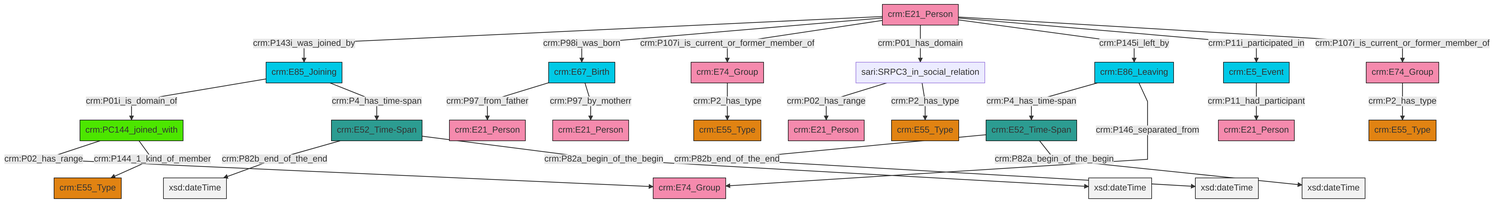
This is et/personCSV/ttl/mmd/png/Person_Actor_Relations.png from swiss-art-research-net/reference-data-models, a Mermaid export, as it was before one commit. Its source is kept beside it as et/personCSV/ttl/mmd/Person_Actor_Relations.ttl.mmd.
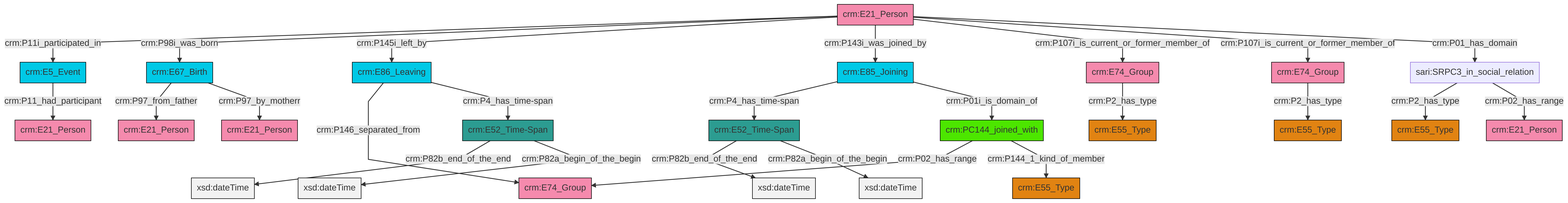
Later version of the same file.

Change to the diagram source:
```diff
@@ -13,27 +13,27 @@
 classDef PC_Classes fill:#4ce600, stroke:#000000;
 classDef Multi fill:#cccccc,stroke:#000000;
 
-0["crm:PC144_joined_with"]:::PC_Classes -->|crm:P02_has_range| 1["crm:E74_Group"]:::Actor
-2["crm:E52_Time-Span"]:::Time-Span -->|crm:P82b_end_of_the_end| 3[xsd:dateTime]:::Literal
-4["crm:E74_Group"]:::Actor -->|crm:P2_has_type| 5["crm:E55_Type"]:::Type
-8["crm:E52_Time-Span"]:::Time-Span -->|crm:P82b_end_of_the_end| 9[xsd:dateTime]:::Literal
-2["crm:E52_Time-Span"]:::Time-Span -->|crm:P82a_begin_of_the_begin| 12[xsd:dateTime]:::Literal
-8["crm:E52_Time-Span"]:::Time-Span -->|crm:P82a_begin_of_the_begin| 13[xsd:dateTime]:::Literal
-14["crm:E21_Person"]:::Actor -->|crm:P143i_was_joined_by| 15["crm:E85_Joining"]:::Temporal_Entity
-16["sari:SRPC3_in_social_relation"]:::Default -->|crm:P02_has_range| 17["crm:E21_Person"]:::Actor
-0["crm:PC144_joined_with"]:::PC_Classes -->|crm:P144_1_kind_of_member| 10["crm:E55_Type"]:::Type
-6["crm:E86_Leaving"]:::Temporal_Entity -->|crm:P4_has_time-span| 2["crm:E52_Time-Span"]:::Time-Span
-14["crm:E21_Person"]:::Actor -->|crm:P98i_was_born| 19["crm:E67_Birth"]:::Temporal_Entity
-20["crm:E74_Group"]:::Actor -->|crm:P2_has_type| 21["crm:E55_Type"]:::Type
-14["crm:E21_Person"]:::Actor -->|crm:P107i_is_current_or_former_member_of| 4["crm:E74_Group"]:::Actor
-14["crm:E21_Person"]:::Actor -->|crm:P01_has_domain| 16["sari:SRPC3_in_social_relation"]:::Default
-33["crm:E5_Event"]:::Temporal_Entity -->|crm:P11_had_participant| 35["crm:E21_Person"]:::Actor
-6["crm:E86_Leaving"]:::Temporal_Entity -->|crm:P146_separated_from| 1["crm:E74_Group"]:::Actor
-14["crm:E21_Person"]:::Actor -->|crm:P145i_left_by| 6["crm:E86_Leaving"]:::Temporal_Entity
-15["crm:E85_Joining"]:::Temporal_Entity -->|crm:P01i_is_domain_of| 0["crm:PC144_joined_with"]:::PC_Classes
-19["crm:E67_Birth"]:::Temporal_Entity -->|crm:P97_from_father| 30["crm:E21_Person"]:::Actor
-19["crm:E67_Birth"]:::Temporal_Entity -->|crm:P97_by_motherr| 26["crm:E21_Person"]:::Actor
-16["sari:SRPC3_in_social_relation"]:::Default -->|crm:P2_has_type| 36["crm:E55_Type"]:::Type
-14["crm:E21_Person"]:::Actor -->|crm:P11i_participated_in| 33["crm:E5_Event"]:::Temporal_Entity
-14["crm:E21_Person"]:::Actor -->|crm:P107i_is_current_or_former_member_of| 20["crm:E74_Group"]:::Actor
-15["crm:E85_Joining"]:::Temporal_Entity -->|crm:P4_has_time-span| 8["crm:E52_Time-Span"]:::Time-Span
+4["crm:E74_Group"]:::Actor -->|crm:P2_has_type| 2["crm:E55_Type"]:::Type
+8["crm:E21_Person"]:::Actor -->|crm:P11i_participated_in| 9["crm:E5_Event"]:::Temporal_Entity
+8["crm:E21_Person"]:::Actor -->|crm:P98i_was_born| 12["crm:E67_Birth"]:::Temporal_Entity
+12["crm:E67_Birth"]:::Temporal_Entity -->|crm:P97_from_father| 15["crm:E21_Person"]:::Actor
+0["crm:E52_Time-Span"]:::Time-Span -->|crm:P82b_end_of_the_end| 24[xsd:dateTime]:::Literal
+8["crm:E21_Person"]:::Actor -->|crm:P145i_left_by| 25["crm:E86_Leaving"]:::Temporal_Entity
+25["crm:E86_Leaving"]:::Temporal_Entity -->|crm:P146_separated_from| 27["crm:E74_Group"]:::Actor
+8["crm:E21_Person"]:::Actor -->|crm:P143i_was_joined_by| 13["crm:E85_Joining"]:::Temporal_Entity
+25["crm:E86_Leaving"]:::Temporal_Entity -->|crm:P4_has_time-span| 28["crm:E52_Time-Span"]:::Time-Span
+28["crm:E52_Time-Span"]:::Time-Span -->|crm:P82b_end_of_the_end| 29[xsd:dateTime]:::Literal
+30["crm:PC144_joined_with"]:::PC_Classes -->|crm:P02_has_range| 27["crm:E74_Group"]:::Actor
+12["crm:E67_Birth"]:::Temporal_Entity -->|crm:P97_by_motherr| 22["crm:E21_Person"]:::Actor
+8["crm:E21_Person"]:::Actor -->|crm:P107i_is_current_or_former_member_of| 4["crm:E74_Group"]:::Actor
+13["crm:E85_Joining"]:::Temporal_Entity -->|crm:P4_has_time-span| 0["crm:E52_Time-Span"]:::Time-Span
+28["crm:E52_Time-Span"]:::Time-Span -->|crm:P82a_begin_of_the_begin| 41[xsd:dateTime]:::Literal
+8["crm:E21_Person"]:::Actor -->|crm:P107i_is_current_or_former_member_of| 18["crm:E74_Group"]:::Actor
+18["crm:E74_Group"]:::Actor -->|crm:P2_has_type| 16["crm:E55_Type"]:::Type
+9["crm:E5_Event"]:::Temporal_Entity -->|crm:P11_had_participant| 39["crm:E21_Person"]:::Actor
+36["sari:SRPC3_in_social_relation"]:::Default -->|crm:P2_has_type| 10["crm:E55_Type"]:::Type
+30["crm:PC144_joined_with"]:::PC_Classes -->|crm:P144_1_kind_of_member| 32["crm:E55_Type"]:::Type
+36["sari:SRPC3_in_social_relation"]:::Default -->|crm:P02_has_range| 6["crm:E21_Person"]:::Actor
+0["crm:E52_Time-Span"]:::Time-Span -->|crm:P82a_begin_of_the_begin| 45[xsd:dateTime]:::Literal
+8["crm:E21_Person"]:::Actor -->|crm:P01_has_domain| 36["sari:SRPC3_in_social_relation"]:::Default
+13["crm:E85_Joining"]:::Temporal_Entity -->|crm:P01i_is_domain_of| 30["crm:PC144_joined_with"]:::PC_Classes
```
